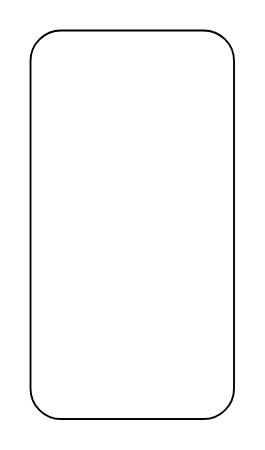
Above: datastack.drawio in skt-shion/drawio (draw.io), before the change. Source tidied: cells renumbered, new cells numbered last; positions are measured from the earlier drawing's top-left corner, leaving out a move shared by most shapes. Both pictures are drawn from the tidied source at 185%, with x=0, y=0 at pixel (30, 30).
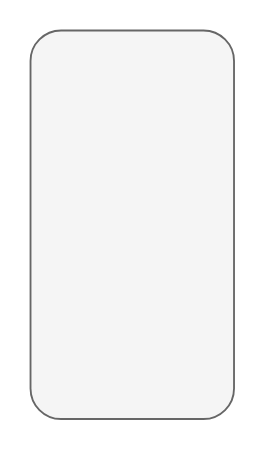
Above is the later version.

Commit message (it also covers changes not shown here):
datastack.drawio を更新します

Diff of the diagram source:
```diff
@@
 <mxGraphModel>
   <root>
     <mxCell id="0" />
     <mxCell id="1" parent="0" />
-    <mxCell id="2" style="rounded=1;whiteSpace=wrap;html=1;" parent="1" vertex="1">
+    <mxCell id="2" style="rounded=1;whiteSpace=wrap;html=1;fillColor=#f5f5f5;fontColor=#333333;strokeColor=#666666;" parent="1" vertex="1">
       <mxGeometry width="110" height="210" as="geometry" />
     </mxCell>
   </root>
 </mxGraphModel>
```
